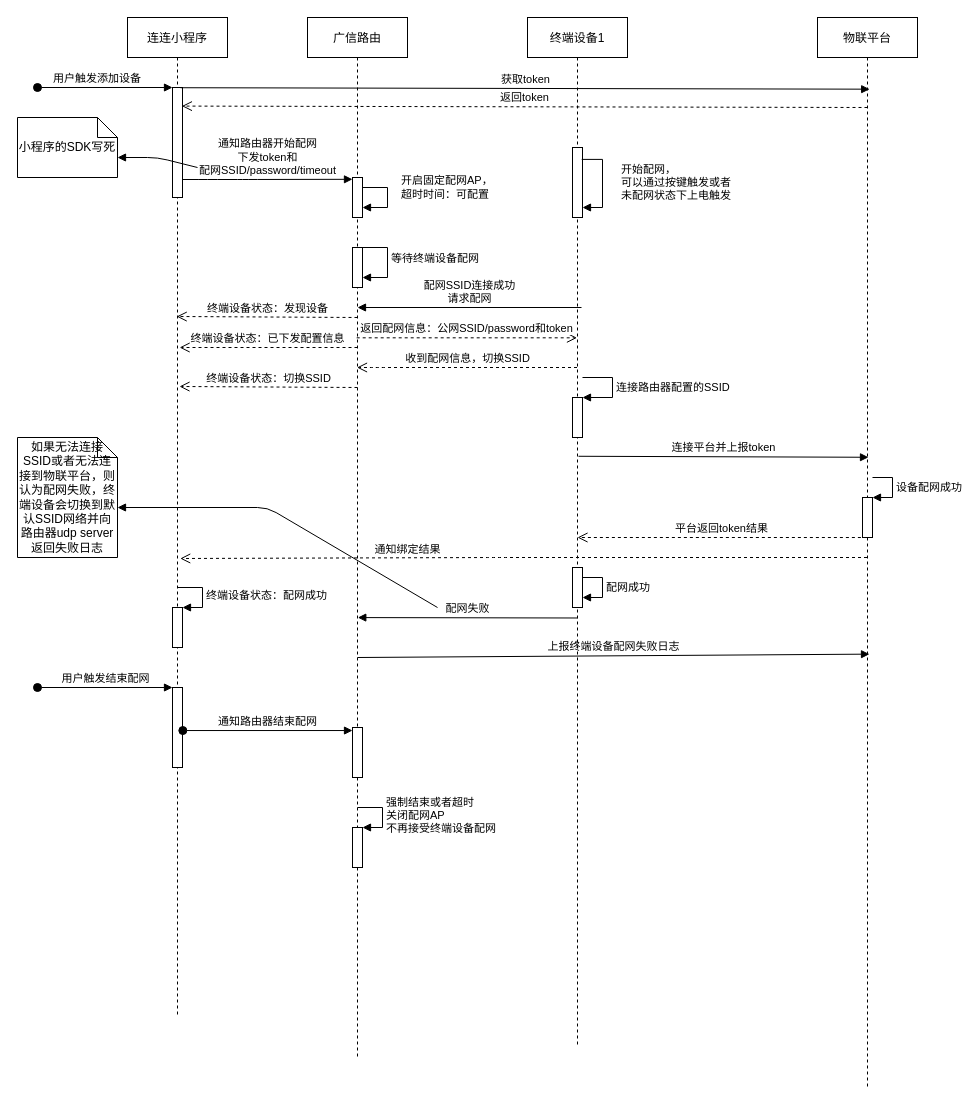
This is Untitled Diagram.drawio from xupenghu/bitmap, a draw.io file, before an edit. Source tidied: cells renumbered, new cells numbered last; positions are measured from the earlier drawing's top-left corner, leaving out a move shared by most shapes. Both pictures are drawn from the tidied source at 100%, with x=0, y=0 at pixel (17, 17).
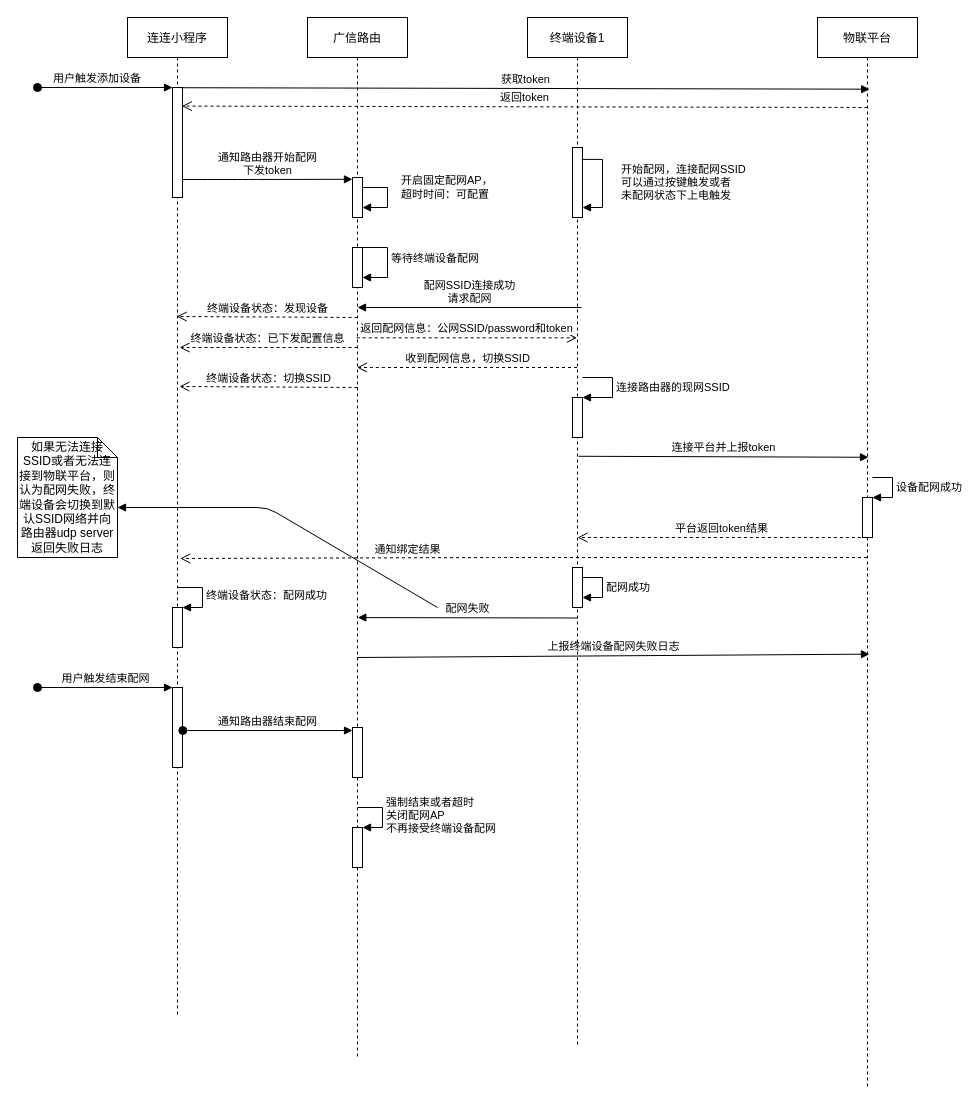
The same page after the edit.

Unchanged cells that the change refers to:
```xml
<mxCell id="3" style="points=[];perimeter=orthogonalPerimeter;rounded=0;shadow=0;strokeWidth=1;" parent="2" vertex="1">
  <mxGeometry x="45" y="70" width="10" height="110" as="geometry" />
</mxCell>
<mxCell id="10" style="points=[];perimeter=orthogonalPerimeter;rounded=0;shadow=0;strokeWidth=1;" parent="9" vertex="1">
  <mxGeometry x="45" y="160" width="10" height="40" as="geometry" />
</mxCell>
<mxCell id="18" value="终端设备1" style="shape=umlLifeline;perimeter=lifelinePerimeter;rounded=0;shadow=0;strokeWidth=1;" parent="1" vertex="1">
  <mxGeometry x="510" width="100" height="1030" as="geometry" />
</mxCell>
<mxCell id="19" style="points=[];perimeter=orthogonalPerimeter;rounded=0;shadow=0;strokeWidth=1;" parent="18" vertex="1">
  <mxGeometry x="45" y="130" width="10" height="70" as="geometry" />
</mxCell>
<mxCell id="21" style="html=1;points=[];perimeter=orthogonalPerimeter;" parent="18" vertex="1">
  <mxGeometry x="45" y="380" width="10" height="40" as="geometry" />
</mxCell>
```

Diff of the diagram source:
```diff
@@
-    <mxCell id="20" value="开始配网，&lt;br&gt;可以通过按键触发或者&lt;br&gt;未配网状态下上电触发" style="edgeStyle=orthogonalEdgeStyle;html=1;align=left;spacingLeft=2;endArrow=block;rounded=0;exitX=0.922;exitY=0.17;exitDx=0;exitDy=0;exitPerimeter=0;" parent="18" edge="1" source="19" target="19">
+    <mxCell id="20" value="开始配网，连接配网SSID&lt;br&gt;可以通过按键触发或者&lt;br&gt;未配网状态下上电触发" style="edgeStyle=orthogonalEdgeStyle;html=1;align=left;spacingLeft=2;endArrow=block;rounded=0;exitX=0.922;exitY=0.17;exitDx=0;exitDy=0;exitPerimeter=0;" parent="18" edge="1" source="19" target="19">
       <mxGeometry x="-0.01" y="15" relative="1" as="geometry">
         <Array as="points">
           <mxPoint x="75" y="142" />
           <mxPoint x="75" y="190" />
         </Array>
       </mxGeometry>
     </mxCell>
@@
-    <mxCell id="22" value="连接路由器配置的SSID" style="edgeStyle=orthogonalEdgeStyle;html=1;align=left;spacingLeft=2;endArrow=block;rounded=0;entryX=1;entryY=0;" parent="18" edge="1" target="21">
+    <mxCell id="22" value="连接路由器的现网SSID" style="edgeStyle=orthogonalEdgeStyle;html=1;align=left;spacingLeft=2;endArrow=block;rounded=0;entryX=1;entryY=0;" parent="18" edge="1" target="21">
       <mxGeometry relative="1" as="geometry">
         <mxPoint x="55" y="360" as="sourcePoint" />
         <Array as="points">
           <mxPoint x="85" y="360" />
         </Array>
       </mxGeometry>
     </mxCell>
@@
-    <mxCell id="37" value="通知路由器开始配网&lt;br&gt;下发token和&lt;br&gt;配网SSID/password/timeout" style="html=1;verticalAlign=bottom;endArrow=block;entryX=-0.003;entryY=0.045;entryDx=0;entryDy=0;entryPerimeter=0;" parent="1" edge="1" source="3" target="10">
+    <mxCell id="37" value="通知路由器开始配网&lt;br&gt;下发token" style="html=1;verticalAlign=bottom;endArrow=block;entryX=-0.003;entryY=0.045;entryDx=0;entryDy=0;entryPerimeter=0;" parent="1" edge="1" source="3" target="10">
       <mxGeometry relative="1" as="geometry">
         <Array as="points">
           <mxPoint x="180" y="162" />
           <mxPoint x="210" y="162" />
           <mxPoint x="230" y="162" />
         </Array>
       </mxGeometry>
     </mxCell>
@@
-    <mxCell id="44" value="小程序的SDK写死" style="shape=note;size=20;whiteSpace=wrap;html=1;" parent="1" vertex="1">
-      <mxGeometry y="100" width="100" height="60" as="geometry" />
-    </mxCell>
-    <mxCell id="45" style="html=1;verticalAlign=bottom;endArrow=block;entryX=0;entryY=0;entryDx=100;entryDy=40;entryPerimeter=0;" parent="1" edge="1" target="44">
-      <mxGeometry relative="1" as="geometry">
-        <mxPoint x="180" y="150" as="sourcePoint" />
-        <Array as="points">
-          <mxPoint x="140" y="140" />
-        </Array>
-      </mxGeometry>
-    </mxCell>
```
